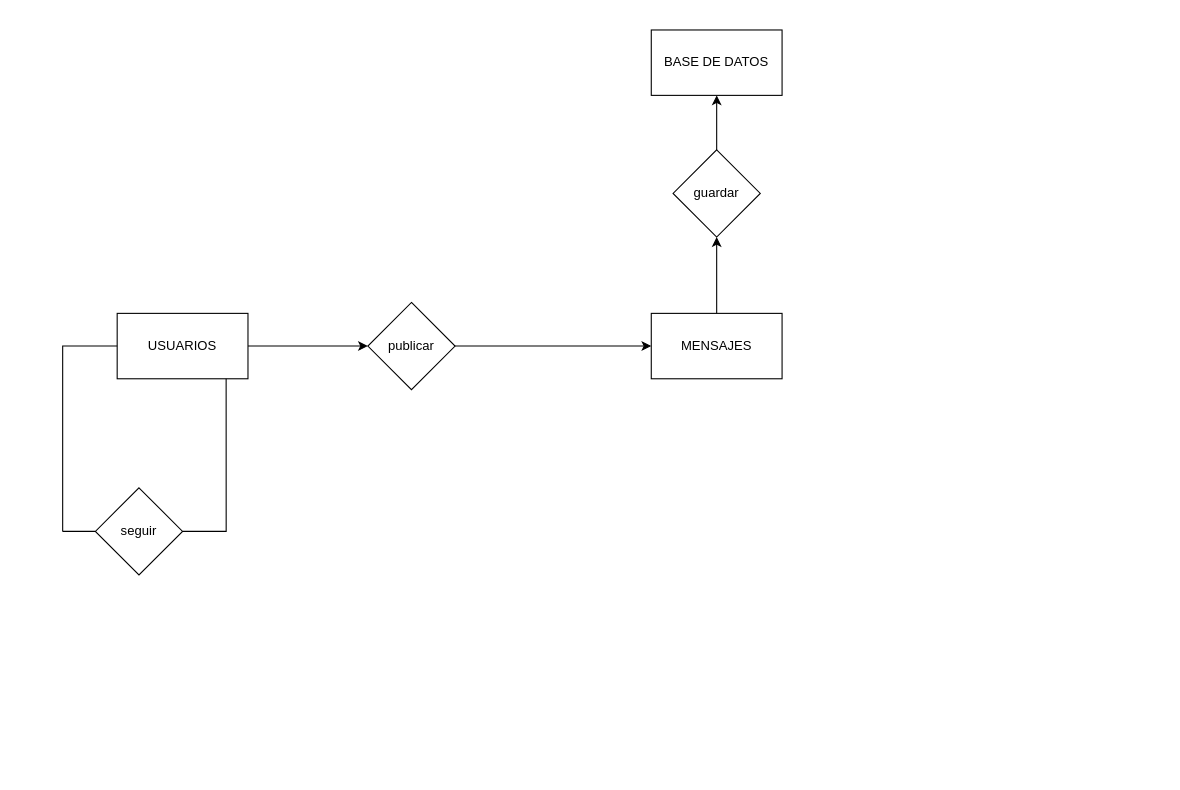
MarcPadrell/Team-4-ta12 keeps this draw.io diagram as Untitled Diagram.drawio. Above is the earlier version. Source tidied: cells renumbered, new cells numbered last; positions are measured from the earlier drawing's top-left corner, leaving out a move shared by most shapes. Both pictures are drawn from the tidied source at 109%, with x=0, y=0 at pixel (62, 29).
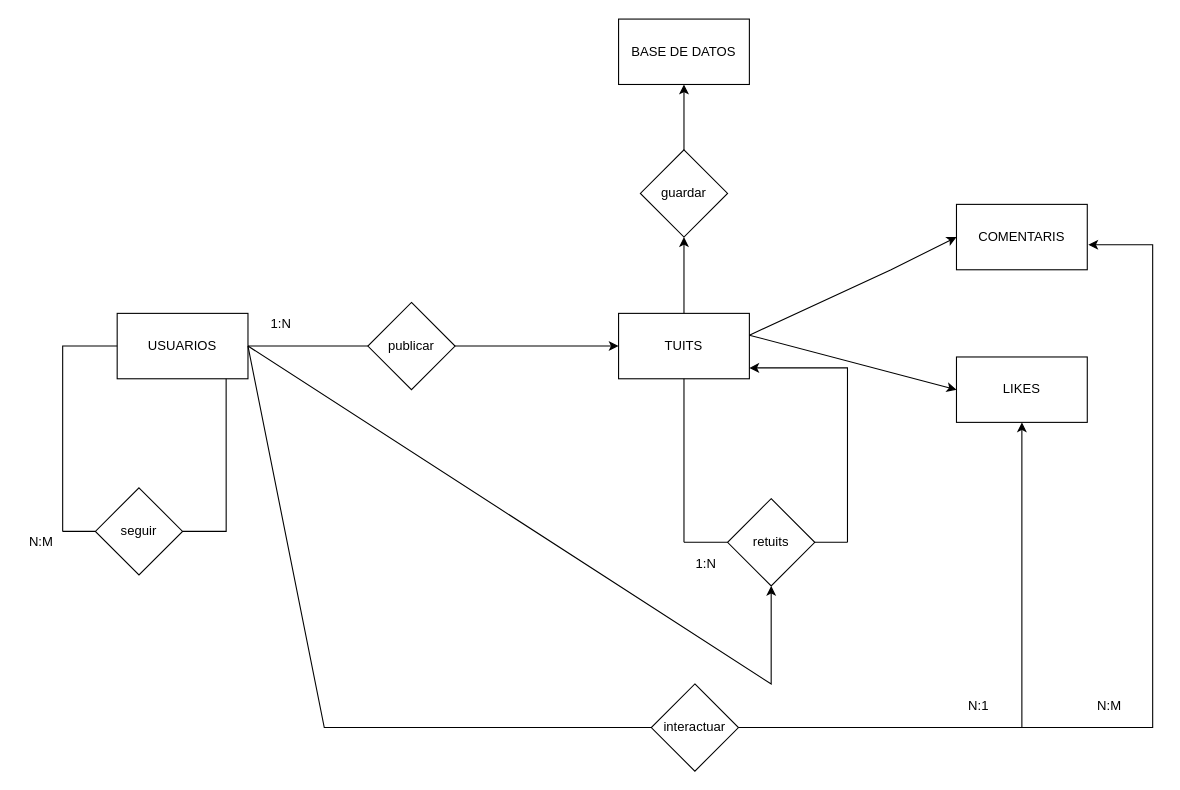
The same page after the edit.

Unchanged cells that the change refers to:
```xml
<mxCell id="3" value="USUARIOS" style="rounded=0;whiteSpace=wrap;html=1;" parent="1" vertex="1">
  <mxGeometry x="50" y="260" width="120" height="60" as="geometry" />
</mxCell>
<mxCell id="6" value="publicar" style="rhombus;whiteSpace=wrap;html=1;" parent="1" vertex="1">
  <mxGeometry x="280" y="250" width="80" height="80" as="geometry" />
</mxCell>
```

What changed in the source:
```diff
@@
-    <mxCell id="2" style="edgeStyle=orthogonalEdgeStyle;rounded=0;jettySize=auto;html=1;entryX=0;entryY=0.5;entryDx=0;entryDy=0;exitX=1;exitY=0.5;exitDx=0;exitDy=0;" parent="1" edge="1" source="3" target="6">
-      <mxGeometry relative="1" as="geometry" />
-    </mxCell>
@@
-    <mxCell id="4" style="edgeStyle=orthogonalEdgeStyle;rounded=0;jettySize=auto;html=1;exitX=0.5;exitY=0;exitDx=0;exitDy=0;" parent="1" edge="1" source="5">
-      <mxGeometry relative="1" as="geometry">
-        <mxPoint x="600" y="190" as="targetPoint" />
-      </mxGeometry>
+    <mxCell id="4" style="edgeStyle=orthogonalEdgeStyle;rounded=0;jettySize=auto;html=1;exitX=0.5;exitY=0;exitDx=0;exitDy=0;entryX=0.5;entryY=1;entryDx=0;entryDy=0;" parent="1" edge="1" source="5" target="10">
+      <mxGeometry relative="1" as="geometry" />
     </mxCell>
-    <mxCell id="5" value="MENSAJES" style="rounded=0;whiteSpace=wrap;html=1;" parent="1" vertex="1">
-      <mxGeometry x="540" y="260" width="120" height="60" as="geometry" />
+    <mxCell id="5" value="TUITS" style="rounded=0;whiteSpace=wrap;html=1;" parent="1" vertex="1">
+      <mxGeometry x="510" y="260" width="120" height="60" as="geometry" />
     </mxCell>
@@
-    <mxCell id="7" style="endArrow=classic;html=1;rounded=0;entryX=0;entryY=0.5;entryDx=0;entryDy=0;exitX=1;exitY=0.5;exitDx=0;exitDy=0;" parent="1" edge="1" source="6" target="5">
-      <mxGeometry relative="1" as="geometry" />
+    <mxCell id="7" style="endArrow=classic;html=1;rounded=0;exitX=1;exitY=0.5;exitDx=0;exitDy=0;" parent="1" edge="1" source="6">
+      <mxGeometry relative="1" as="geometry">
+        <mxPoint x="510" y="290" as="targetPoint" />
+      </mxGeometry>
     </mxCell>
     <mxCell id="8" value="BASE DE DATOS" style="rounded=0;whiteSpace=wrap;html=1;" parent="1" vertex="1">
-      <mxGeometry x="540" width="120" height="60" as="geometry" />
+      <mxGeometry x="510" y="-10" width="120" height="60" as="geometry" />
     </mxCell>
@@
     <mxCell id="10" value="guardar" style="rhombus;whiteSpace=wrap;html=1;" parent="1" vertex="1">
-      <mxGeometry x="560" y="110" width="80" height="80" as="geometry" />
+      <mxGeometry x="530" y="110" width="80" height="80" as="geometry" />
     </mxCell>
@@
+    <mxCell id="15" style="endArrow=none;html=1;rounded=0;entryX=0.5;entryY=1;entryDx=0;entryDy=0;" parent="1" edge="1" target="5">
+      <mxGeometry relative="1" as="geometry">
+        <mxPoint x="570" y="470" as="sourcePoint" />
+      </mxGeometry>
+    </mxCell>
+    <mxCell id="16" value="retuits" style="rhombus;whiteSpace=wrap;html=1;" parent="1" vertex="1">
+      <mxGeometry x="610" y="430" width="80" height="80" as="geometry" />
+    </mxCell>
+    <mxCell id="17" style="endArrow=none;html=1;rounded=0;entryX=0;entryY=0.5;entryDx=0;entryDy=0;" parent="1" edge="1" target="16">
+      <mxGeometry relative="1" as="geometry">
+        <mxPoint x="570" y="470" as="sourcePoint" />
+      </mxGeometry>
+    </mxCell>
+    <mxCell id="18" style="endArrow=classic;html=1;rounded=0;" parent="1" edge="1">
+      <mxGeometry relative="1" as="geometry">
+        <mxPoint x="720" y="470" as="sourcePoint" />
+        <mxPoint x="630" y="310" as="targetPoint" />
+        <Array as="points">
+          <mxPoint x="720" y="310" />
+        </Array>
+      </mxGeometry>
+    </mxCell>
+    <mxCell id="19" style="endArrow=none;html=1;rounded=0;exitX=1;exitY=0.5;exitDx=0;exitDy=0;" parent="1" edge="1" source="16">
+      <mxGeometry relative="1" as="geometry">
+        <mxPoint x="720" y="470" as="targetPoint" />
+      </mxGeometry>
+    </mxCell>
+    <mxCell id="20" value="1:N" style="text;html=1;align=center;verticalAlign=middle;strokeColor=none;fillColor=none;" parent="1" vertex="1">
+      <mxGeometry x="185" y="260" width="30" height="20" as="geometry" />
+    </mxCell>
+    <mxCell id="21" value="N:M" style="text;html=1;align=center;verticalAlign=middle;strokeColor=none;fillColor=none;" parent="1" vertex="1">
+      <mxGeometry x="-40" y="460" width="40" height="20" as="geometry" />
+    </mxCell>
+    <mxCell id="22" value="1:N" style="text;html=1;align=center;verticalAlign=middle;strokeColor=none;fillColor=none;" parent="1" vertex="1">
+      <mxGeometry x="575" y="480" width="30" height="20" as="geometry" />
+    </mxCell>
+    <mxCell id="23" value="COMENTARIS" style="whiteSpace=wrap;html=1;" parent="1" vertex="1">
+      <mxGeometry x="820" y="160" width="120" height="60" as="geometry" />
+    </mxCell>
+    <mxCell id="24" value="LIKES" style="rounded=0;whiteSpace=wrap;html=1;" parent="1" vertex="1">
+      <mxGeometry x="820" y="300" width="120" height="60" as="geometry" />
+    </mxCell>
+    <mxCell id="25" style="endArrow=classic;html=1;rounded=0;exitX=1;exitY=0.5;exitDx=0;exitDy=0;entryX=0.5;entryY=1;entryDx=0;entryDy=0;" parent="1" edge="1" source="3" target="16">
+      <mxGeometry relative="1" as="geometry">
+        <Array as="points">
+          <mxPoint x="650" y="600" />
+          <mxPoint x="650" y="510" />
+        </Array>
+      </mxGeometry>
+    </mxCell>
+    <mxCell id="26" style="endArrow=classic;html=1;rounded=0;entryX=0;entryY=0.5;entryDx=0;entryDy=0;" parent="1" edge="1" target="23">
+      <mxGeometry relative="1" as="geometry">
+        <mxPoint x="630" y="280" as="sourcePoint" />
+        <Array as="points">
+          <mxPoint x="760" y="220" />
+        </Array>
+      </mxGeometry>
+    </mxCell>
+    <mxCell id="27" style="endArrow=classic;html=1;rounded=0;entryX=0;entryY=0.5;entryDx=0;entryDy=0;" parent="1" edge="1" target="24">
+      <mxGeometry relative="1" as="geometry">
+        <mxPoint x="630" y="280" as="sourcePoint" />
+      </mxGeometry>
+    </mxCell>
+    <mxCell id="28" value="interactuar" style="rhombus;whiteSpace=wrap;html=1;" parent="1" vertex="1">
+      <mxGeometry x="540" y="600" width="80" height="80" as="geometry" />
+    </mxCell>
+    <mxCell id="2" style="endArrow=none;html=1;rounded=0;exitX=1;exitY=0.5;exitDx=0;exitDy=0;entryX=0;entryY=0.5;entryDx=0;entryDy=0;" parent="1" edge="1" source="3" target="6">
+      <mxGeometry relative="1" as="geometry" />
+    </mxCell>
+    <mxCell id="29" style="endArrow=none;html=1;rounded=0;entryX=1;entryY=0.5;entryDx=0;entryDy=0;exitX=0;exitY=0.5;exitDx=0;exitDy=0;" parent="1" edge="1" source="28" target="3">
+      <mxGeometry relative="1" as="geometry">
+        <Array as="points">
+          <mxPoint x="240" y="640" />
+        </Array>
+      </mxGeometry>
+    </mxCell>
+    <mxCell id="30" style="endArrow=classic;html=1;rounded=0;entryX=0.5;entryY=1;entryDx=0;entryDy=0;" parent="1" edge="1" target="24">
+      <mxGeometry relative="1" as="geometry">
+        <mxPoint x="620" y="640" as="sourcePoint" />
+        <Array as="points">
+          <mxPoint x="880" y="640" />
+        </Array>
+      </mxGeometry>
+    </mxCell>
+    <mxCell id="31" style="endArrow=classic;html=1;rounded=0;entryX=1.008;entryY=0.617;entryDx=0;entryDy=0;entryPerimeter=0;" parent="1" edge="1" target="23">
+      <mxGeometry relative="1" as="geometry">
+        <mxPoint x="880" y="640" as="sourcePoint" />
+        <Array as="points">
+          <mxPoint x="1000" y="640" />
+          <mxPoint x="1000" y="197" />
+        </Array>
+      </mxGeometry>
+    </mxCell>
+    <mxCell id="32" value="N:M" style="text;html=1;align=center;verticalAlign=middle;strokeColor=none;fillColor=none;" parent="1" vertex="1">
+      <mxGeometry x="940" y="610" width="40" height="20" as="geometry" />
+    </mxCell>
+    <mxCell id="33" value="N:1" style="text;html=1;align=center;verticalAlign=middle;strokeColor=none;fillColor=none;" parent="1" vertex="1">
+      <mxGeometry x="825" y="610" width="30" height="20" as="geometry" />
+    </mxCell>
```
